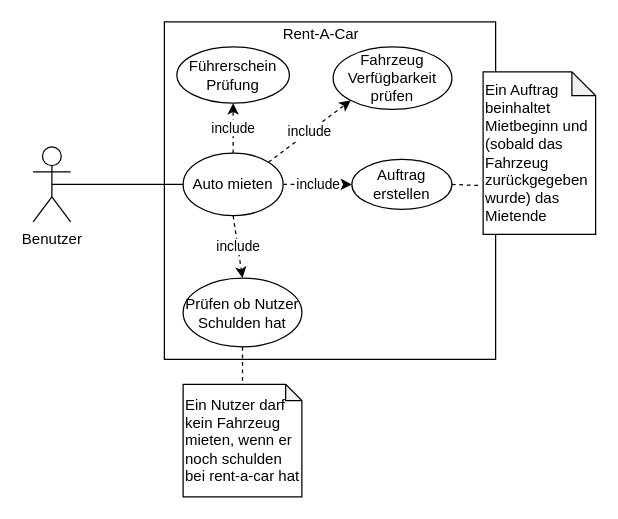
asys1920/asysmanagement keeps this draw.io diagram as page "Auto mieten" (1 of 4) of diagramme/draw.io_Files/useCases.drawio. Above is the earlier version. Source tidied: cells renumbered, new cells numbered last; positions are measured from the earlier drawing's top-left corner, leaving out a move shared by most shapes. Both pictures are drawn from the tidied source at 125%, with x=0, y=0 at pixel (32, 21).
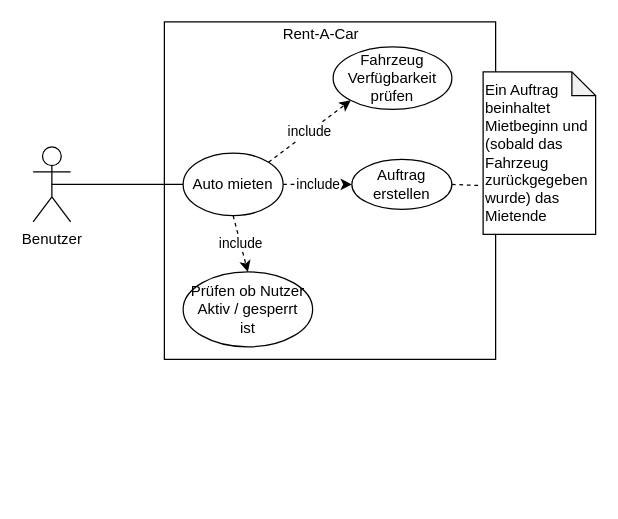
After the change.

Diff of the diagram source:
```diff
@@
 <mxGraphModel>
   <root>
     <mxCell id="0" />
     <mxCell id="1" parent="0" />
     <mxCell id="2" value="Benutzer&lt;br&gt;" style="shape=umlActor;verticalLabelPosition=bottom;labelBackgroundColor=#ffffff;verticalAlign=top;html=1;outlineConnect=0;" parent="1" vertex="1">
       <mxGeometry y="100" width="30" height="60" as="geometry" />
     </mxCell>
     <mxCell id="3" style="rounded=0;whiteSpace=wrap;html=1;" parent="1" vertex="1">
       <mxGeometry x="105" width="265" height="270" as="geometry" />
     </mxCell>
     <mxCell id="4" value="Rent-A-Car" style="text;html=1;align=center;verticalAlign=middle;" parent="1" vertex="1">
       <mxGeometry x="190" width="80" height="20" as="geometry" />
     </mxCell>
     <mxCell id="5" value="include" style="edgeStyle=none;rounded=0;jettySize=auto;html=1;exitX=1;exitY=0.5;exitDx=0;exitDy=0;entryX=0;entryY=0.5;entryDx=0;entryDy=0;dashed=1;endArrow=classic;endFill=1;" parent="1" edge="1" source="9" target="16">
       <mxGeometry relative="1" as="geometry" />
     </mxCell>
-    <mxCell id="6" value="include" style="edgeStyle=none;rounded=0;jettySize=auto;html=1;exitX=0.5;exitY=0;exitDx=0;exitDy=0;entryX=0.5;entryY=1;entryDx=0;entryDy=0;endArrow=classic;endFill=1;dashed=1;" parent="1" edge="1" source="9" target="18">
-      <mxGeometry relative="1" as="geometry" />
-    </mxCell>
     <mxCell id="7" value="include" style="edgeStyle=none;rounded=0;jettySize=auto;html=1;exitX=0.5;exitY=1;exitDx=0;exitDy=0;entryX=0.5;entryY=0;entryDx=0;entryDy=0;dashed=1;endArrow=classic;endFill=1;" parent="1" edge="1" source="9" target="13">
       <mxGeometry relative="1" as="geometry" />
     </mxCell>
     <mxCell id="8" value="include" style="edgeStyle=none;rounded=0;jettySize=auto;html=1;exitX=1;exitY=0;exitDx=0;exitDy=0;entryX=0;entryY=1;entryDx=0;entryDy=0;dashed=1;endArrow=classic;endFill=1;" parent="1" edge="1" source="9" target="11">
       <mxGeometry relative="1" as="geometry" />
     </mxCell>
     <mxCell id="9" value="Auto mieten" style="ellipse;whiteSpace=wrap;html=1;" parent="1" vertex="1">
       <mxGeometry x="120" y="105" width="80" height="50" as="geometry" />
     </mxCell>
     <mxCell id="10" style="edgeStyle=orthogonalEdgeStyle;rounded=0;jettySize=auto;html=1;exitX=0.5;exitY=0.5;exitDx=0;exitDy=0;exitPerimeter=0;endArrow=none;endFill=0;" parent="1" edge="1" source="2" target="9">
       <mxGeometry relative="1" as="geometry" />
     </mxCell>
     <mxCell id="11" value="Fahrzeug Verfügbarkeit prüfen" style="ellipse;whiteSpace=wrap;html=1;" parent="1" vertex="1">
       <mxGeometry x="240" y="20" width="95" height="50" as="geometry" />
     </mxCell>
-    <mxCell id="12" style="edgeStyle=none;rounded=0;jettySize=auto;html=1;exitX=0.5;exitY=1;exitDx=0;exitDy=0;entryX=0.5;entryY=0;entryDx=0;entryDy=0;entryPerimeter=0;dashed=1;endArrow=none;endFill=0;" parent="1" edge="1" source="13" target="14">
-      <mxGeometry relative="1" as="geometry" />
-    </mxCell>
-    <mxCell id="13" value="Prüfen ob Nutzer Schulden hat" style="ellipse;whiteSpace=wrap;html=1;" parent="1" vertex="1">
-      <mxGeometry x="120" y="205" width="95" height="55" as="geometry" />
+    <mxCell id="13" value="Prüfen ob Nutzer Aktiv / gesperrt&lt;br&gt;ist" style="ellipse;whiteSpace=wrap;html=1;" parent="1" vertex="1">
+      <mxGeometry x="120" y="200" width="103.6" height="60" as="geometry" />
     </mxCell>
-    <mxCell id="14" value="Ein Nutzer darf kein Fahrzeug mieten, wenn er noch schulden bei rent-a-car hat" style="shape=note;whiteSpace=wrap;html=1;backgroundOutline=1;darkOpacity=0.05;size=13;align=left;" parent="1" vertex="1">
-      <mxGeometry x="120" y="290" width="95" height="90" as="geometry" />
-    </mxCell>
     <mxCell id="15" style="edgeStyle=none;rounded=0;jettySize=auto;html=1;exitX=1;exitY=0.5;exitDx=0;exitDy=0;entryX=-0.013;entryY=0.7;entryDx=0;entryDy=0;entryPerimeter=0;dashed=1;endArrow=none;endFill=0;" parent="1" edge="1" source="16" target="17">
       <mxGeometry relative="1" as="geometry" />
     </mxCell>
     <mxCell id="16" value="Auftrag erstellen" style="ellipse;whiteSpace=wrap;html=1;" parent="1" vertex="1">
       <mxGeometry x="255" y="110" width="80" height="40" as="geometry" />
     </mxCell>
     <mxCell id="17" value="Ein Auftrag beinhaltet Mietbeginn und (sobald das Fahrzeug zurückgegeben wurde) das Mietende" style="shape=note;whiteSpace=wrap;html=1;backgroundOutline=1;darkOpacity=0.05;size=19;align=left;" parent="1" vertex="1">
       <mxGeometry x="360" y="40" width="90" height="130" as="geometry" />
     </mxCell>
-    <mxCell id="18" value="Führerschein Prüfung" style="ellipse;whiteSpace=wrap;html=1;" parent="1" vertex="1">
-      <mxGeometry x="115" y="20" width="90" height="45" as="geometry" />
-    </mxCell>
   </root>
 </mxGraphModel>
```
